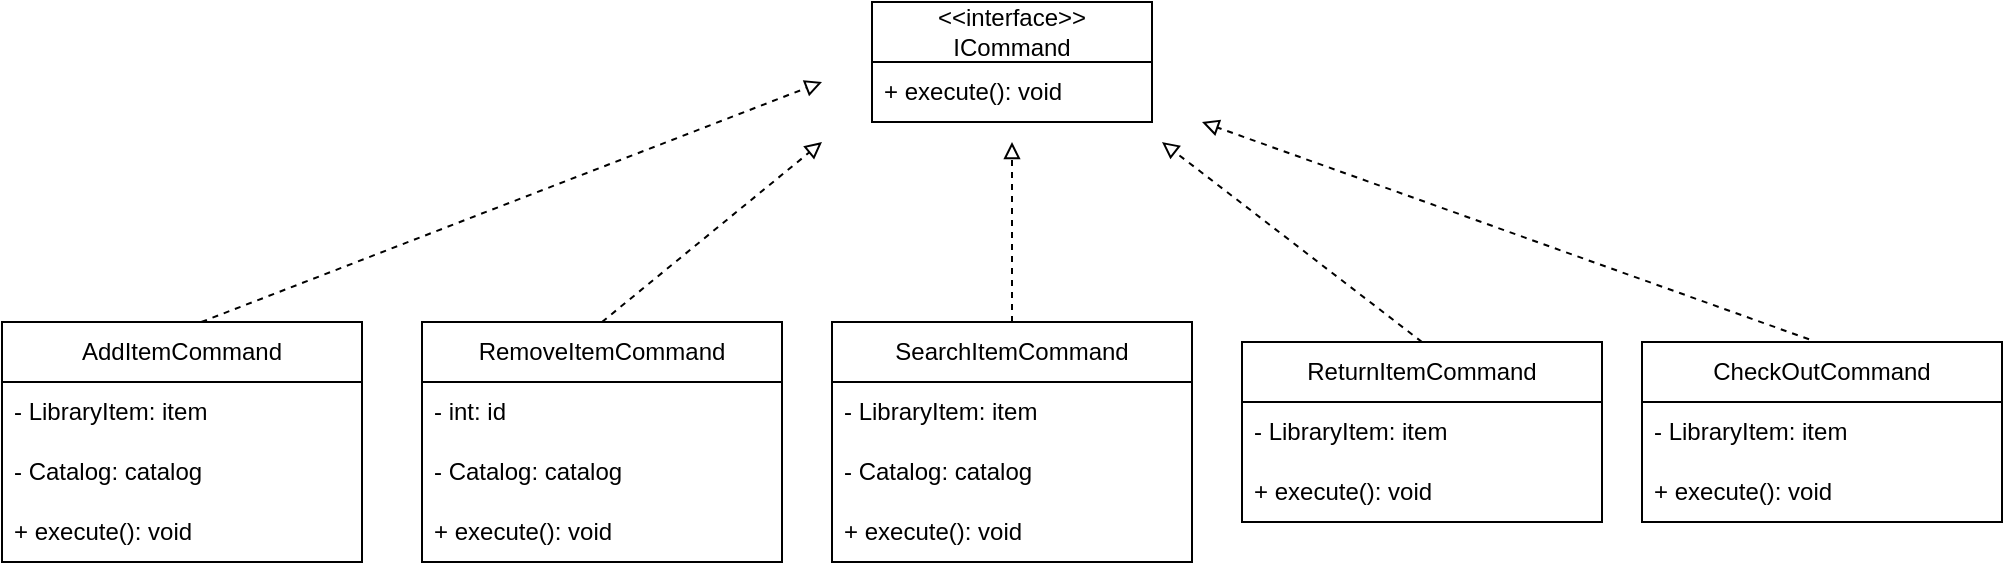
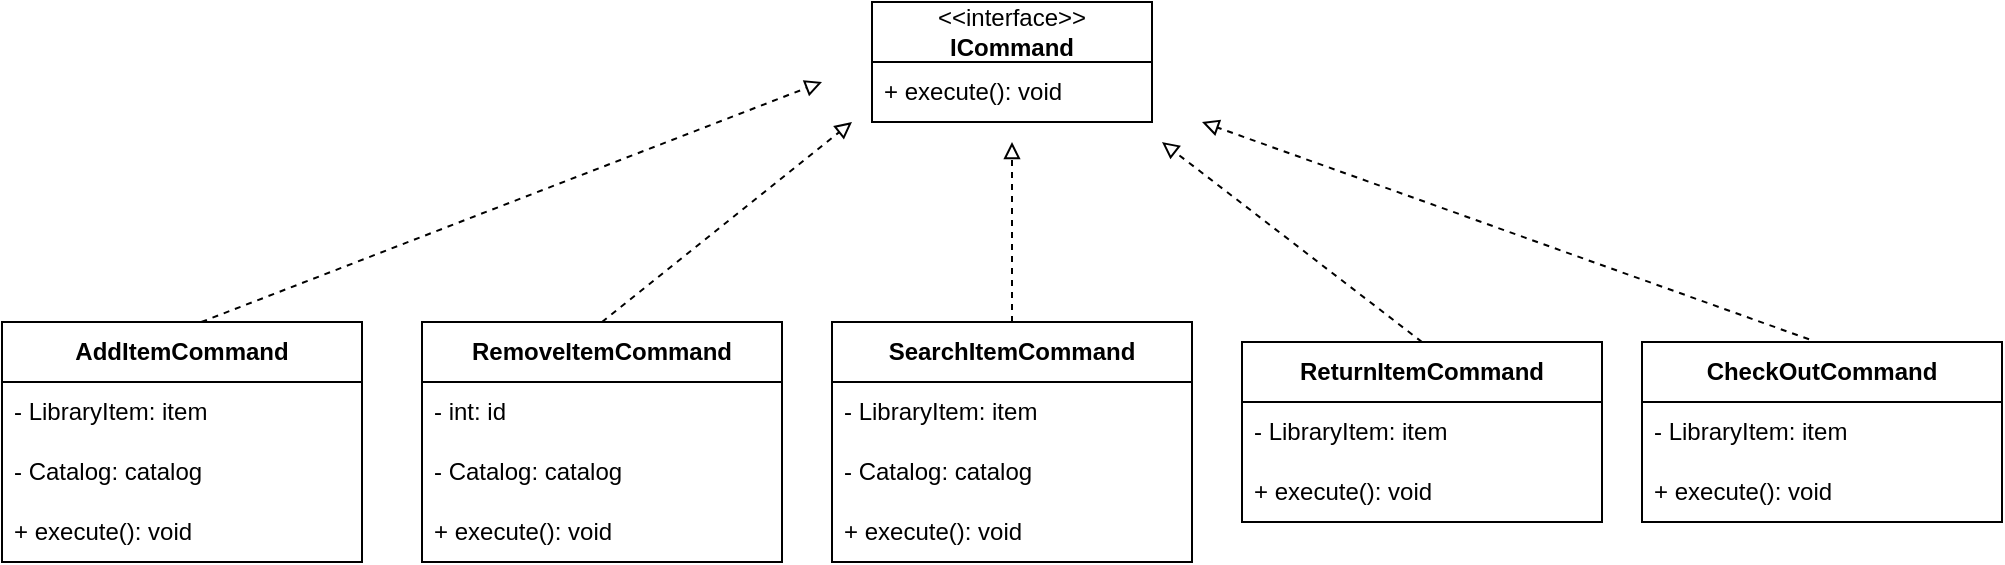
<mxfile host="app.diagrams.net">
  <diagram name="Page-1" id="89o1C6kaRGzH_08wuJet">
-     <mxGraphModel dx="2492" dy="743" grid="1" gridSize="10" guides="1" tooltips="1" connect="1" arrows="1" fold="1" page="1" pageScale="1" pageWidth="850" pageHeight="1100" math="0" shadow="0">
+     <mxGraphModel dx="2191" dy="743" grid="1" gridSize="10" guides="1" tooltips="1" connect="1" arrows="1" fold="1" page="1" pageScale="1" pageWidth="850" pageHeight="1100" math="0" shadow="0">
      <root>
        <mxCell id="0" />
        <mxCell id="1" parent="0" />
-         <mxCell id="iT3mrGm6_kGfhaOwtvYM-1" parent="1" style="swimlane;fontStyle=0;childLayout=stackLayout;horizontal=1;startSize=30;horizontalStack=0;resizeParent=1;resizeParentMax=0;resizeLast=0;collapsible=1;marginBottom=0;whiteSpace=wrap;html=1;" value="&amp;lt;&amp;lt;interface&amp;gt;&amp;gt;&lt;div&gt;ICommand&lt;/div&gt;" vertex="1">
+         <mxCell id="iT3mrGm6_kGfhaOwtvYM-1" parent="1" style="swimlane;fontStyle=0;childLayout=stackLayout;horizontal=1;startSize=30;horizontalStack=0;resizeParent=1;resizeParentMax=0;resizeLast=0;collapsible=1;marginBottom=0;whiteSpace=wrap;html=1;" value="&amp;lt;&amp;lt;interface&amp;gt;&amp;gt;&lt;div&gt;&lt;b&gt;ICommand&lt;/b&gt;&lt;/div&gt;" vertex="1">
          <mxGeometry height="60" width="140" x="360" y="320" as="geometry" />
        </mxCell>
        <mxCell id="iT3mrGm6_kGfhaOwtvYM-2" parent="iT3mrGm6_kGfhaOwtvYM-1" style="text;strokeColor=none;fillColor=none;align=left;verticalAlign=middle;spacingLeft=4;spacingRight=4;overflow=hidden;points=[[0,0.5],[1,0.5]];portConstraint=eastwest;rotatable=0;whiteSpace=wrap;html=1;" value="+ execute(): void" vertex="1">
          <mxGeometry height="30" width="140" y="30" as="geometry" />
        </mxCell>
-         <mxCell id="iT3mrGm6_kGfhaOwtvYM-5" parent="1" style="swimlane;fontStyle=0;childLayout=stackLayout;horizontal=1;startSize=30;horizontalStack=0;resizeParent=1;resizeParentMax=0;resizeLast=0;collapsible=1;marginBottom=0;whiteSpace=wrap;html=1;" value="AddItemCommand" vertex="1">
+         <mxCell id="iT3mrGm6_kGfhaOwtvYM-5" parent="1" style="swimlane;fontStyle=0;childLayout=stackLayout;horizontal=1;startSize=30;horizontalStack=0;resizeParent=1;resizeParentMax=0;resizeLast=0;collapsible=1;marginBottom=0;whiteSpace=wrap;html=1;" value="&lt;b&gt;AddItemCommand&lt;/b&gt;" vertex="1">
          <mxGeometry height="120" width="180" x="-75" y="480" as="geometry" />
        </mxCell>
        <mxCell id="iT3mrGm6_kGfhaOwtvYM-6" parent="iT3mrGm6_kGfhaOwtvYM-5" style="text;strokeColor=none;fillColor=none;align=left;verticalAlign=middle;spacingLeft=4;spacingRight=4;overflow=hidden;points=[[0,0.5],[1,0.5]];portConstraint=eastwest;rotatable=0;whiteSpace=wrap;html=1;" value="- LibraryItem: item" vertex="1">
          <mxGeometry height="30" width="180" y="30" as="geometry" />
        </mxCell>
        <mxCell id="iT3mrGm6_kGfhaOwtvYM-7" parent="iT3mrGm6_kGfhaOwtvYM-5" style="text;strokeColor=none;fillColor=none;align=left;verticalAlign=middle;spacingLeft=4;spacingRight=4;overflow=hidden;points=[[0,0.5],[1,0.5]];portConstraint=eastwest;rotatable=0;whiteSpace=wrap;html=1;" value="- Catalog: catalog" vertex="1">
          <mxGeometry height="30" width="180" y="60" as="geometry" />
        </mxCell>
        <mxCell id="iT3mrGm6_kGfhaOwtvYM-9" parent="iT3mrGm6_kGfhaOwtvYM-5" style="text;strokeColor=none;fillColor=none;align=left;verticalAlign=middle;spacingLeft=4;spacingRight=4;overflow=hidden;points=[[0,0.5],[1,0.5]];portConstraint=eastwest;rotatable=0;whiteSpace=wrap;html=1;" value="+ execute(): void" vertex="1">
          <mxGeometry height="30" width="180" y="90" as="geometry" />
        </mxCell>
-         <mxCell id="iT3mrGm6_kGfhaOwtvYM-10" parent="1" style="swimlane;fontStyle=0;childLayout=stackLayout;horizontal=1;startSize=30;horizontalStack=0;resizeParent=1;resizeParentMax=0;resizeLast=0;collapsible=1;marginBottom=0;whiteSpace=wrap;html=1;" value="CheckOutCommand" vertex="1">
+         <mxCell id="iT3mrGm6_kGfhaOwtvYM-10" parent="1" style="swimlane;fontStyle=0;childLayout=stackLayout;horizontal=1;startSize=30;horizontalStack=0;resizeParent=1;resizeParentMax=0;resizeLast=0;collapsible=1;marginBottom=0;whiteSpace=wrap;html=1;" value="&lt;b&gt;CheckOutCommand&lt;/b&gt;" vertex="1">
          <mxGeometry height="90" width="180" x="745" y="490" as="geometry" />
        </mxCell>
        <mxCell id="iT3mrGm6_kGfhaOwtvYM-11" parent="iT3mrGm6_kGfhaOwtvYM-10" style="text;strokeColor=none;fillColor=none;align=left;verticalAlign=middle;spacingLeft=4;spacingRight=4;overflow=hidden;points=[[0,0.5],[1,0.5]];portConstraint=eastwest;rotatable=0;whiteSpace=wrap;html=1;" value="- LibraryItem: item" vertex="1">
          <mxGeometry height="30" width="180" y="30" as="geometry" />
        </mxCell>
        <mxCell id="iT3mrGm6_kGfhaOwtvYM-13" parent="iT3mrGm6_kGfhaOwtvYM-10" style="text;strokeColor=none;fillColor=none;align=left;verticalAlign=middle;spacingLeft=4;spacingRight=4;overflow=hidden;points=[[0,0.5],[1,0.5]];portConstraint=eastwest;rotatable=0;whiteSpace=wrap;html=1;" value="+ execute(): void" vertex="1">
          <mxGeometry height="30" width="180" y="60" as="geometry" />
        </mxCell>
-         <mxCell id="iT3mrGm6_kGfhaOwtvYM-14" parent="1" style="swimlane;fontStyle=0;childLayout=stackLayout;horizontal=1;startSize=30;horizontalStack=0;resizeParent=1;resizeParentMax=0;resizeLast=0;collapsible=1;marginBottom=0;whiteSpace=wrap;html=1;" value="RemoveItemCommand" vertex="1">
+         <mxCell id="iT3mrGm6_kGfhaOwtvYM-14" parent="1" style="swimlane;fontStyle=0;childLayout=stackLayout;horizontal=1;startSize=30;horizontalStack=0;resizeParent=1;resizeParentMax=0;resizeLast=0;collapsible=1;marginBottom=0;whiteSpace=wrap;html=1;" value="&lt;b&gt;RemoveItemCommand&lt;/b&gt;" vertex="1">
          <mxGeometry height="120" width="180" x="135" y="480" as="geometry" />
        </mxCell>
        <mxCell id="iT3mrGm6_kGfhaOwtvYM-15" parent="iT3mrGm6_kGfhaOwtvYM-14" style="text;strokeColor=none;fillColor=none;align=left;verticalAlign=middle;spacingLeft=4;spacingRight=4;overflow=hidden;points=[[0,0.5],[1,0.5]];portConstraint=eastwest;rotatable=0;whiteSpace=wrap;html=1;" value="- int: id" vertex="1">
          <mxGeometry height="30" width="180" y="30" as="geometry" />
        </mxCell>
        <mxCell id="iT3mrGm6_kGfhaOwtvYM-16" parent="iT3mrGm6_kGfhaOwtvYM-14" style="text;strokeColor=none;fillColor=none;align=left;verticalAlign=middle;spacingLeft=4;spacingRight=4;overflow=hidden;points=[[0,0.5],[1,0.5]];portConstraint=eastwest;rotatable=0;whiteSpace=wrap;html=1;" value="- Catalog: catalog" vertex="1">
          <mxGeometry height="30" width="180" y="60" as="geometry" />
        </mxCell>
        <mxCell id="iT3mrGm6_kGfhaOwtvYM-17" parent="iT3mrGm6_kGfhaOwtvYM-14" style="text;strokeColor=none;fillColor=none;align=left;verticalAlign=middle;spacingLeft=4;spacingRight=4;overflow=hidden;points=[[0,0.5],[1,0.5]];portConstraint=eastwest;rotatable=0;whiteSpace=wrap;html=1;" value="+ execute(): void" vertex="1">
          <mxGeometry height="30" width="180" y="90" as="geometry" />
        </mxCell>
-         <mxCell id="iT3mrGm6_kGfhaOwtvYM-18" parent="1" style="swimlane;fontStyle=0;childLayout=stackLayout;horizontal=1;startSize=30;horizontalStack=0;resizeParent=1;resizeParentMax=0;resizeLast=0;collapsible=1;marginBottom=0;whiteSpace=wrap;html=1;" value="ReturnItemCommand" vertex="1">
+         <mxCell id="iT3mrGm6_kGfhaOwtvYM-18" parent="1" style="swimlane;fontStyle=0;childLayout=stackLayout;horizontal=1;startSize=30;horizontalStack=0;resizeParent=1;resizeParentMax=0;resizeLast=0;collapsible=1;marginBottom=0;whiteSpace=wrap;html=1;" value="&lt;b&gt;ReturnItemCommand&lt;/b&gt;" vertex="1">
          <mxGeometry height="90" width="180" x="545" y="490" as="geometry" />
        </mxCell>
        <mxCell id="iT3mrGm6_kGfhaOwtvYM-19" parent="iT3mrGm6_kGfhaOwtvYM-18" style="text;strokeColor=none;fillColor=none;align=left;verticalAlign=middle;spacingLeft=4;spacingRight=4;overflow=hidden;points=[[0,0.5],[1,0.5]];portConstraint=eastwest;rotatable=0;whiteSpace=wrap;html=1;" value="- LibraryItem: item" vertex="1">
          <mxGeometry height="30" width="180" y="30" as="geometry" />
        </mxCell>
        <mxCell id="iT3mrGm6_kGfhaOwtvYM-21" parent="iT3mrGm6_kGfhaOwtvYM-18" style="text;strokeColor=none;fillColor=none;align=left;verticalAlign=middle;spacingLeft=4;spacingRight=4;overflow=hidden;points=[[0,0.5],[1,0.5]];portConstraint=eastwest;rotatable=0;whiteSpace=wrap;html=1;" value="+ execute(): void" vertex="1">
          <mxGeometry height="30" width="180" y="60" as="geometry" />
        </mxCell>
-         <mxCell id="iT3mrGm6_kGfhaOwtvYM-22" parent="1" style="swimlane;fontStyle=0;childLayout=stackLayout;horizontal=1;startSize=30;horizontalStack=0;resizeParent=1;resizeParentMax=0;resizeLast=0;collapsible=1;marginBottom=0;whiteSpace=wrap;html=1;" value="SearchItemCommand" vertex="1">
+         <mxCell id="iT3mrGm6_kGfhaOwtvYM-22" parent="1" style="swimlane;fontStyle=0;childLayout=stackLayout;horizontal=1;startSize=30;horizontalStack=0;resizeParent=1;resizeParentMax=0;resizeLast=0;collapsible=1;marginBottom=0;whiteSpace=wrap;html=1;" value="&lt;b&gt;SearchItemCommand&lt;/b&gt;" vertex="1">
          <mxGeometry height="120" width="180" x="340" y="480" as="geometry" />
        </mxCell>
        <mxCell id="iT3mrGm6_kGfhaOwtvYM-23" parent="iT3mrGm6_kGfhaOwtvYM-22" style="text;strokeColor=none;fillColor=none;align=left;verticalAlign=middle;spacingLeft=4;spacingRight=4;overflow=hidden;points=[[0,0.5],[1,0.5]];portConstraint=eastwest;rotatable=0;whiteSpace=wrap;html=1;" value="- LibraryItem: item" vertex="1">
          <mxGeometry height="30" width="180" y="30" as="geometry" />
        </mxCell>
        <mxCell id="iT3mrGm6_kGfhaOwtvYM-24" parent="iT3mrGm6_kGfhaOwtvYM-22" style="text;strokeColor=none;fillColor=none;align=left;verticalAlign=middle;spacingLeft=4;spacingRight=4;overflow=hidden;points=[[0,0.5],[1,0.5]];portConstraint=eastwest;rotatable=0;whiteSpace=wrap;html=1;" value="- Catalog: catalog" vertex="1">
          <mxGeometry height="30" width="180" y="60" as="geometry" />
        </mxCell>
        <mxCell id="iT3mrGm6_kGfhaOwtvYM-25" parent="iT3mrGm6_kGfhaOwtvYM-22" style="text;strokeColor=none;fillColor=none;align=left;verticalAlign=middle;spacingLeft=4;spacingRight=4;overflow=hidden;points=[[0,0.5],[1,0.5]];portConstraint=eastwest;rotatable=0;whiteSpace=wrap;html=1;" value="+ execute(): void" vertex="1">
          <mxGeometry height="30" width="180" y="90" as="geometry" />
        </mxCell>
        <mxCell id="iT3mrGm6_kGfhaOwtvYM-26" edge="1" parent="1" source="iT3mrGm6_kGfhaOwtvYM-22" style="endArrow=block;dashed=1;html=1;rounded=0;exitX=0.5;exitY=0;exitDx=0;exitDy=0;endFill=0;" value="">
          <mxGeometry height="50" relative="1" width="50" as="geometry">
            <mxPoint x="365" y="530" as="sourcePoint" />
            <mxPoint x="430" y="390" as="targetPoint" />
          </mxGeometry>
        </mxCell>
        <mxCell id="iT3mrGm6_kGfhaOwtvYM-27" edge="1" parent="1" source="iT3mrGm6_kGfhaOwtvYM-14" style="endArrow=block;dashed=1;html=1;rounded=0;exitX=0.5;exitY=0;exitDx=0;exitDy=0;endFill=0;" value="">
          <mxGeometry height="50" relative="1" width="50" as="geometry">
            <mxPoint x="224.66" y="470" as="sourcePoint" />
-             <mxPoint x="335" y="390" as="targetPoint" />
+             <mxPoint x="350" y="380" as="targetPoint" />
          </mxGeometry>
        </mxCell>
        <mxCell id="iT3mrGm6_kGfhaOwtvYM-28" edge="1" parent="1" style="endArrow=block;dashed=1;html=1;rounded=0;exitX=0.5;exitY=0;exitDx=0;exitDy=0;endFill=0;" value="">
          <mxGeometry height="50" relative="1" width="50" as="geometry">
            <mxPoint x="24.659999999999997" y="480" as="sourcePoint" />
            <mxPoint x="335" y="360" as="targetPoint" />
          </mxGeometry>
        </mxCell>
        <mxCell id="iT3mrGm6_kGfhaOwtvYM-29" edge="1" parent="1" source="iT3mrGm6_kGfhaOwtvYM-18" style="endArrow=block;dashed=1;html=1;rounded=0;exitX=0.5;exitY=0;exitDx=0;exitDy=0;endFill=0;" value="">
          <mxGeometry height="50" relative="1" width="50" as="geometry">
            <mxPoint x="625" y="480" as="sourcePoint" />
            <mxPoint x="505" y="390" as="targetPoint" />
          </mxGeometry>
        </mxCell>
        <mxCell id="iT3mrGm6_kGfhaOwtvYM-30" edge="1" parent="1" source="iT3mrGm6_kGfhaOwtvYM-10" style="endArrow=block;dashed=1;html=1;rounded=0;exitX=0.464;exitY=-0.015;exitDx=0;exitDy=0;endFill=0;exitPerimeter=0;" value="">
          <mxGeometry height="50" relative="1" width="50" as="geometry">
            <mxPoint x="725" y="550" as="sourcePoint" />
            <mxPoint x="525" y="380" as="targetPoint" />
          </mxGeometry>
        </mxCell>
      </root>
    </mxGraphModel>
  </diagram>
</mxfile>
